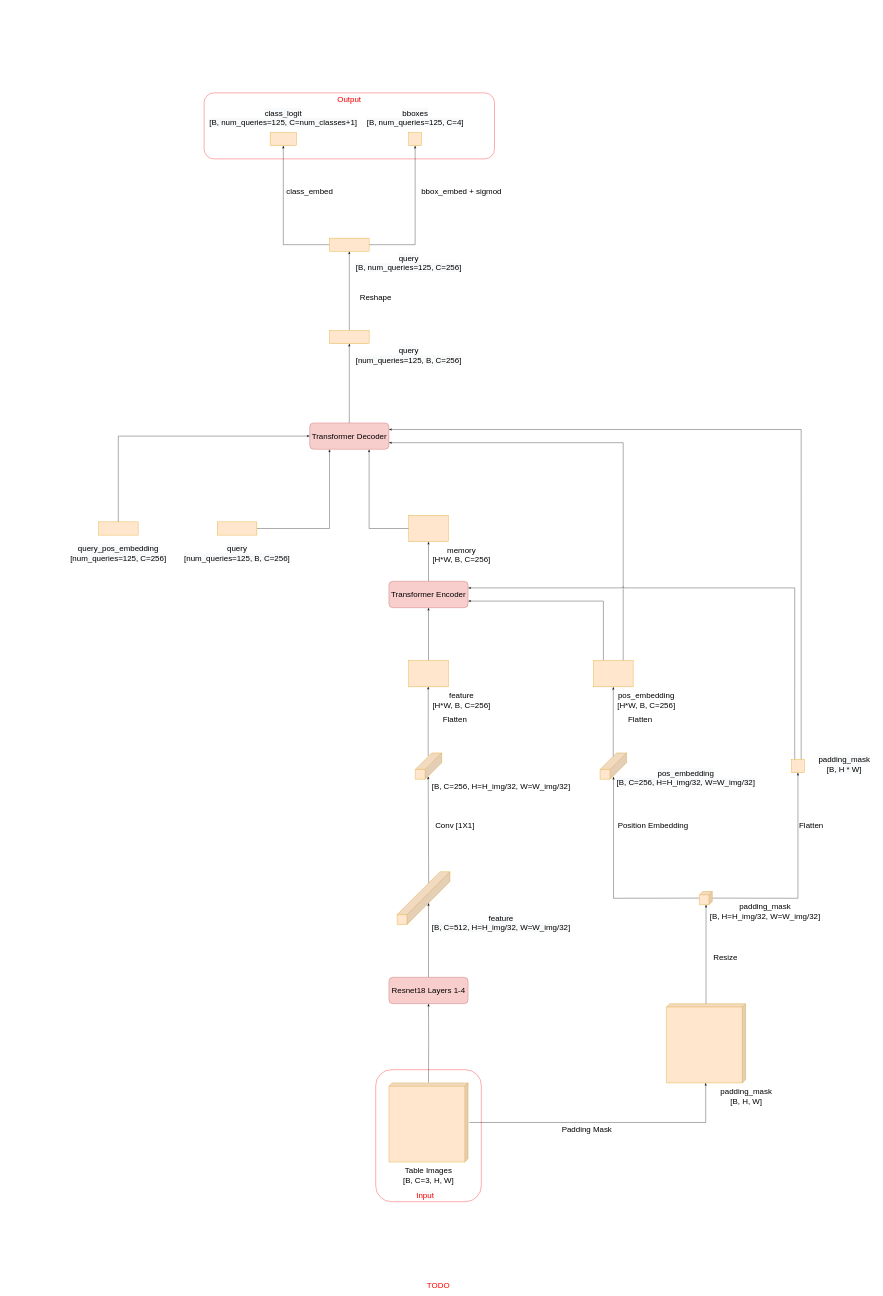
The draw.io diagram page "TATR" (14 of 15) of YOLOv8n_arch.drawio in jiongjiongli/Neural-Network-Architecture-Diagrams, before the edit. Source tidied: cells renumbered, new cells numbered last; positions are measured from the earlier drawing's top-left corner, leaving out a move shared by most shapes. Both pictures are drawn from the tidied source at 33%, with x=0, y=0 at pixel (59, 93).
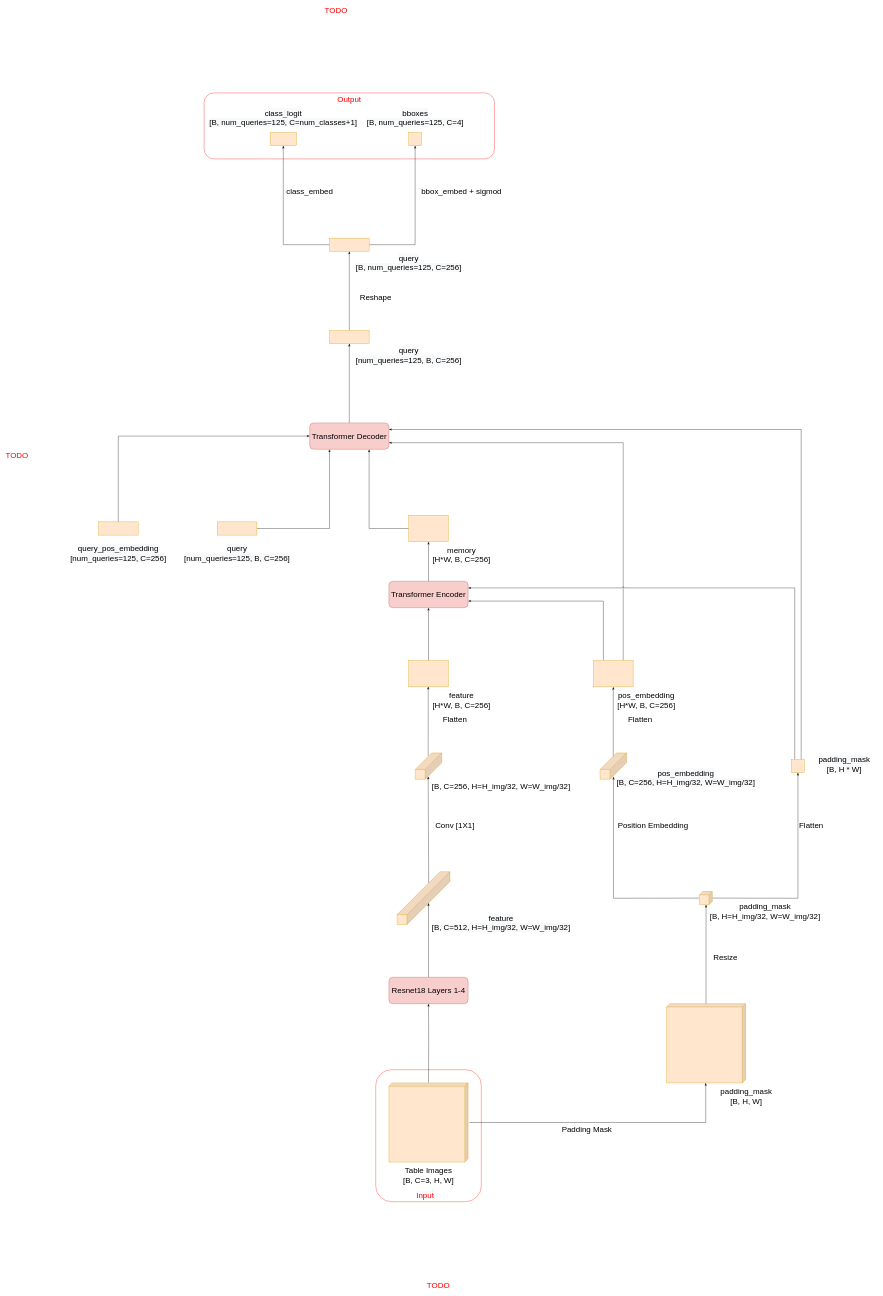
The same diagram, later.

The edit, as a diff of the source:
```diff
@@
+    <mxCell id="74" value="TODO" style="text;html=1;strokeColor=none;fillColor=none;align=center;verticalAlign=middle;whiteSpace=wrap;rounded=0;fontSize=24;fontColor=#FF0000;" parent="1" vertex="1">
+      <mxGeometry x="820" y="-260" width="40" height="20" as="geometry" />
+    </mxCell>
+    <mxCell id="75" value="TODO" style="text;html=1;strokeColor=none;fillColor=none;align=center;verticalAlign=middle;whiteSpace=wrap;rounded=0;fontSize=24;fontColor=#FF0000;" parent="1" vertex="1">
+      <mxGeometry x="-147" y="1090" width="40" height="20" as="geometry" />
+    </mxCell>
```
